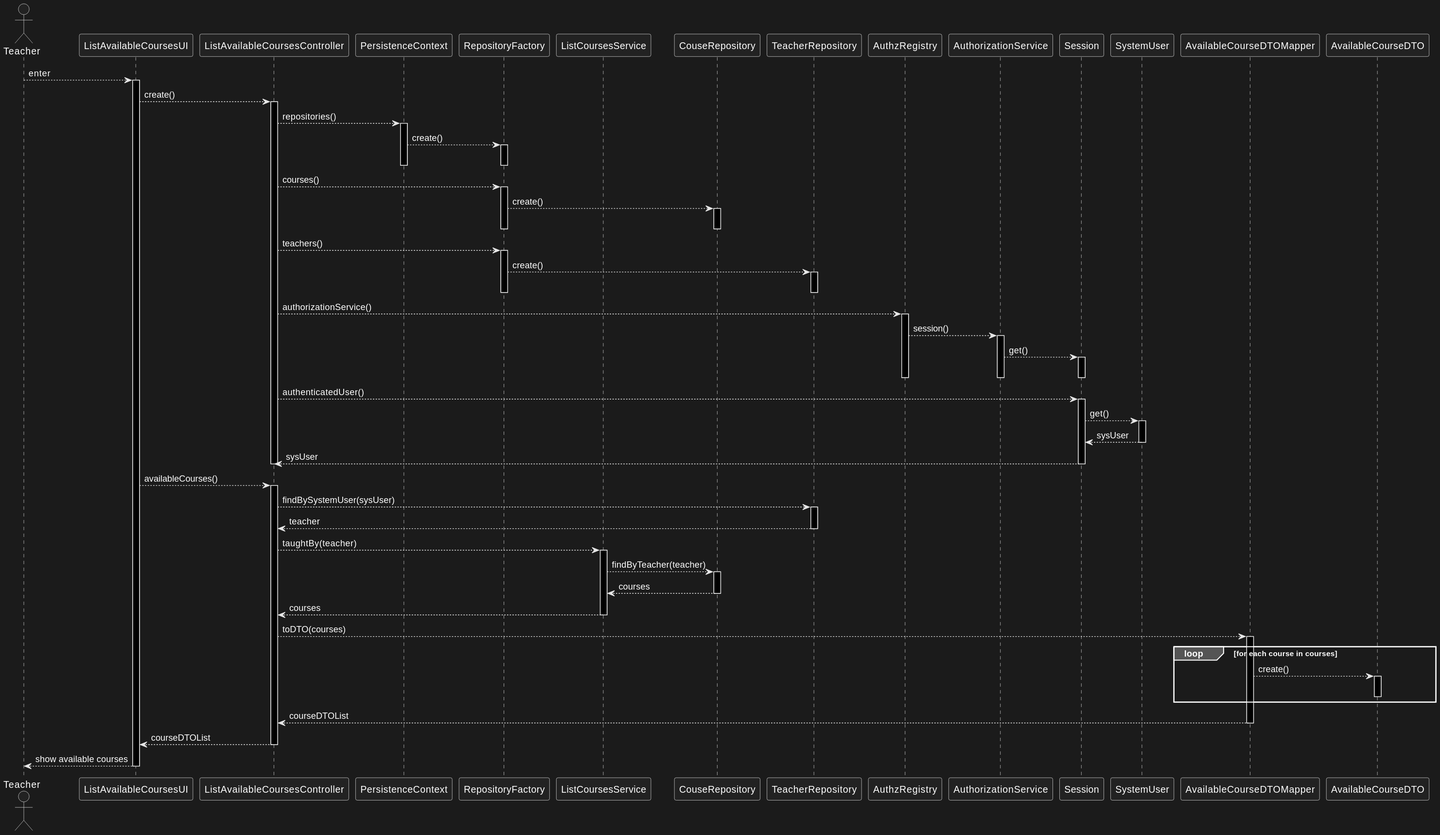
jovami/isep-lapr4 keeps this PlantUML diagram as docs/us_1006/sd-teacher.svg. Above is the earlier version.
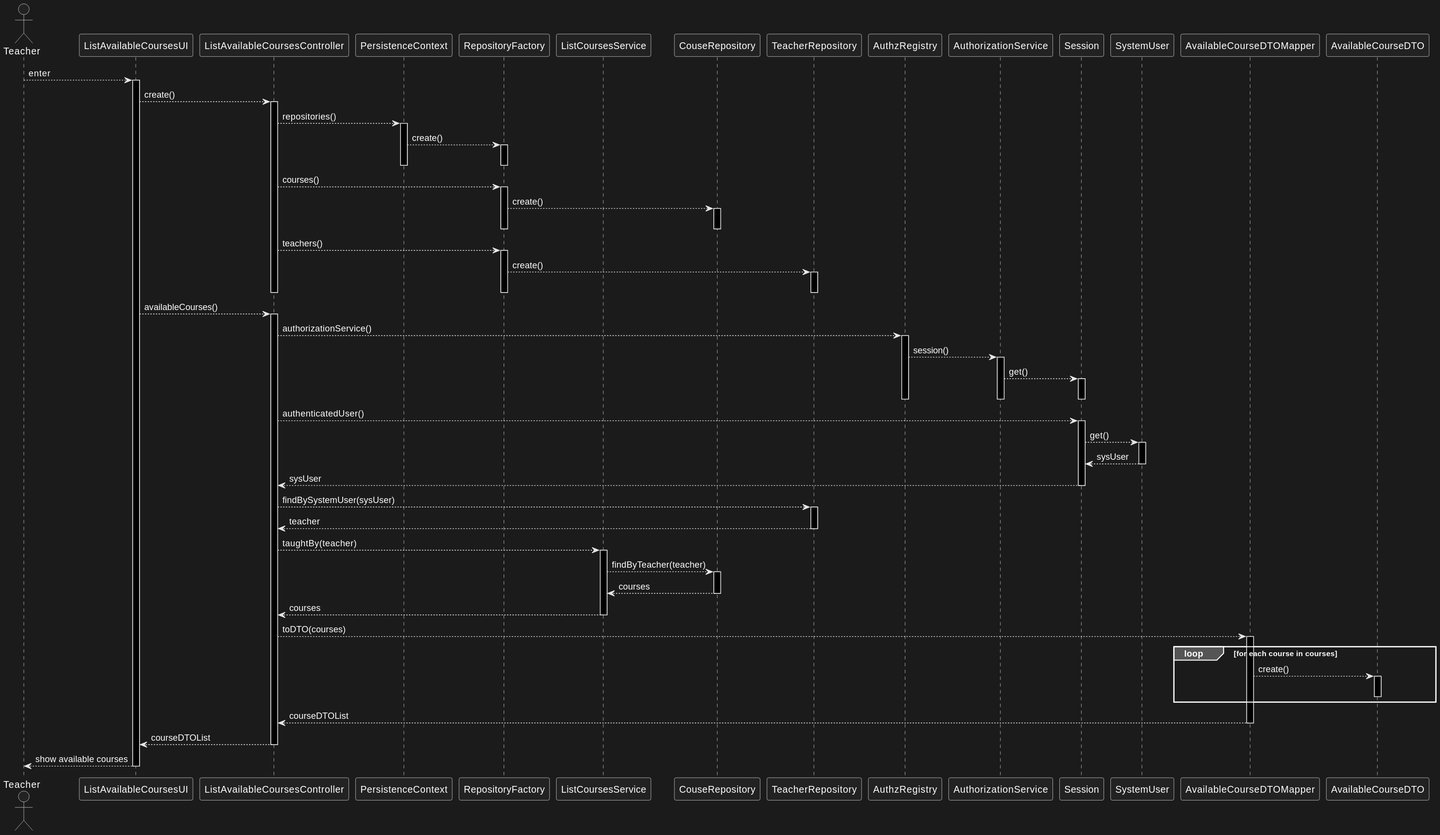
The same file after the commit.

Diff of the diagram source:
```diff
@@ -46,7 +46,10 @@
             activate t_repo
             deactivate t_repo
         deactivate rep_fac
+    deactivate ctrl
 
+    ui --> ctrl : availableCourses()
+    activate ctrl
         ctrl --> authreg : authorizationService()
         activate authreg
             authreg --> authsvc : session()
@@ -66,15 +69,11 @@
 
             sess --> ctrl : sysUser
         deactivate sess
-    deactivate ctrl
 
-    ui --> ctrl : availableCourses()
-    activate ctrl
         ctrl --> t_repo : findBySystemUser(sysUser)
         activate t_repo
             t_repo --> ctrl : teacher
         deactivate t_repo
-
 
         ctrl --> svc : taughtBy(teacher)
         activate svc
```
